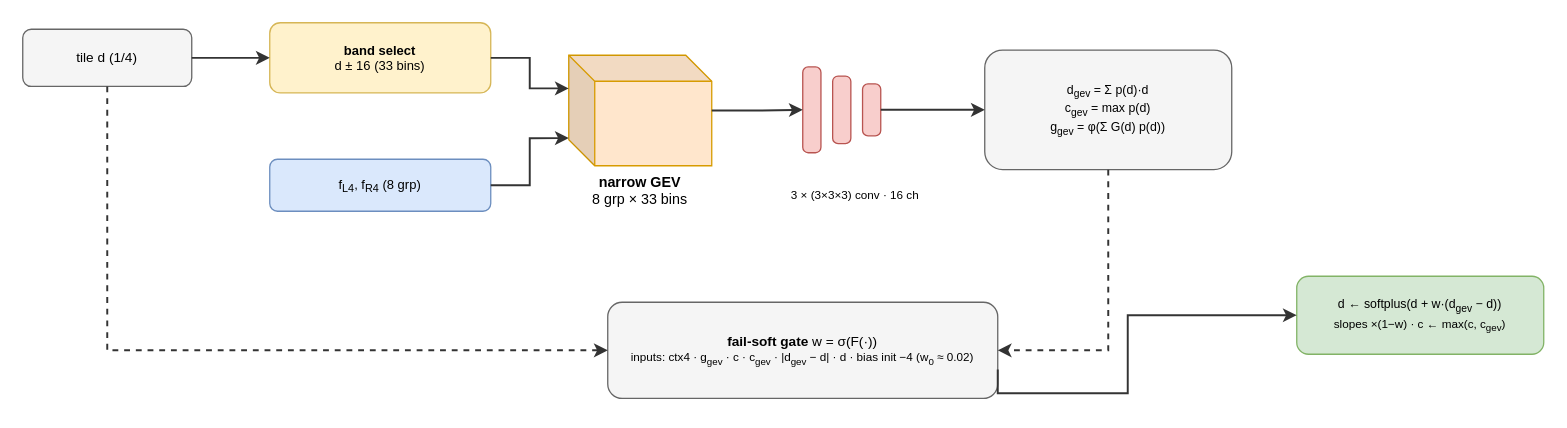
The draw.io diagram thesis/book/figures/fig_3_6_gev_fusion.drawio in abrar-nazib/StereoLite, before the edit. Source tidied: cells renumbered, new cells numbered last; positions are measured from the earlier drawing's top-left corner, leaving out a move shared by most shapes. Both pictures are drawn from the tidied source at 130%, with x=0, y=0 at pixel (22, 22).
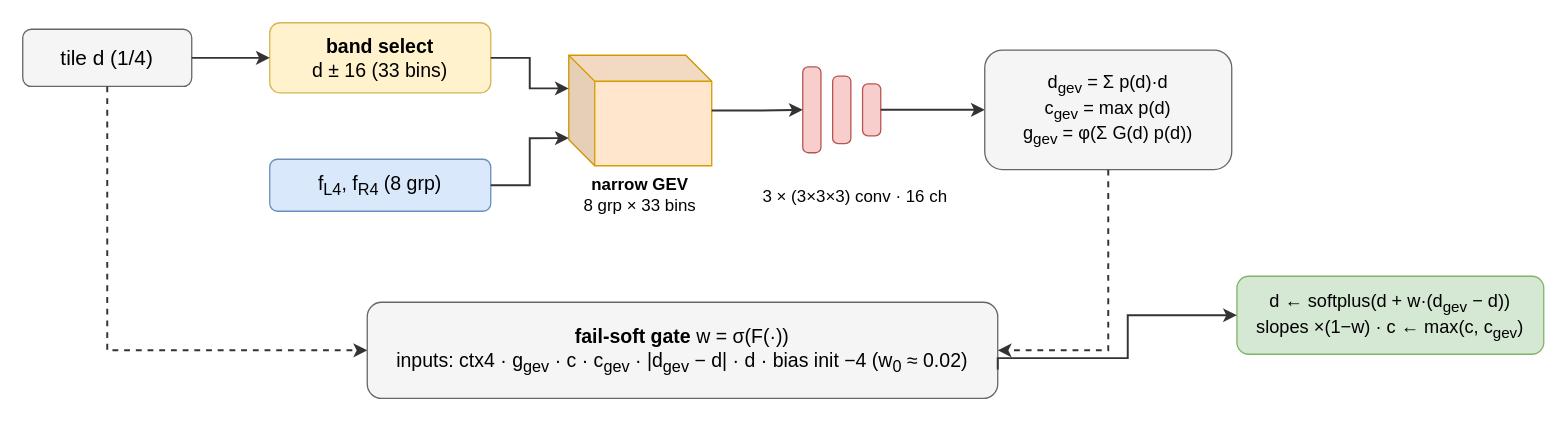
The same diagram, later.

Diff of the diagram source:
```diff
@@
-    <mxCell id="2" value="tile d (1/4)" style="rounded=1;whiteSpace=wrap;html=1;fillColor=#f5f5f5;strokeColor=#666666;fontSize=10.5;align=center;" parent="1" vertex="1">
+    <mxCell id="2" value="tile d (1/4)" style="rounded=1;whiteSpace=wrap;html=1;fillColor=#f5f5f5;strokeColor=#666666;fontSize=16;align=center;" parent="1" vertex="1">
       <mxGeometry y="5" width="130" height="44" as="geometry" />
     </mxCell>
-    <mxCell id="3" value="&lt;b&gt;band select&lt;/b&gt;&lt;br&gt;d ± 16 (33 bins)" style="rounded=1;whiteSpace=wrap;html=1;fillColor=#fff2cc;strokeColor=#d6b656;fontSize=10;align=center;" parent="1" vertex="1">
+    <mxCell id="3" value="&lt;b&gt;band select&lt;/b&gt;&lt;br&gt;d ± 16 (33 bins)" style="rounded=1;whiteSpace=wrap;html=1;fillColor=#fff2cc;strokeColor=#d6b656;fontSize=15;align=center;" parent="1" vertex="1">
       <mxGeometry x="190" width="170" height="54" as="geometry" />
     </mxCell>
@@
-    <mxCell id="5" value="f&lt;sub&gt;L4&lt;/sub&gt;, f&lt;sub&gt;R4&lt;/sub&gt; (8 grp)" style="rounded=1;whiteSpace=wrap;html=1;fillColor=#dae8fc;strokeColor=#6c8ebf;fontSize=10;align=center;" parent="1" vertex="1">
+    <mxCell id="5" value="f&lt;sub&gt;L4&lt;/sub&gt;, f&lt;sub&gt;R4&lt;/sub&gt; (8 grp)" style="rounded=1;whiteSpace=wrap;html=1;fillColor=#dae8fc;strokeColor=#6c8ebf;fontSize=15;align=center;" parent="1" vertex="1">
       <mxGeometry x="190" y="105" width="170" height="40" as="geometry" />
     </mxCell>
-    <mxCell id="6" value="&lt;b&gt;narrow GEV&lt;/b&gt;&lt;br&gt;8 grp × 33 bins" style="shape=cube;whiteSpace=wrap;html=1;boundedLbl=1;backgroundOutline=1;darkOpacity=0.05;darkOpacity2=0.1;fillColor=#ffe6cc;strokeColor=#d79b00;verticalLabelPosition=bottom;verticalAlign=top;fontSize=11;" parent="1" vertex="1">
+    <mxCell id="6" value="&lt;b&gt;narrow GEV&lt;/b&gt;&lt;br&gt;8 grp × 33 bins" style="shape=cube;whiteSpace=wrap;html=1;boundedLbl=1;backgroundOutline=1;darkOpacity=0.05;darkOpacity2=0.1;fillColor=#ffe6cc;strokeColor=#d79b00;verticalLabelPosition=bottom;verticalAlign=top;fontSize=13;" parent="1" vertex="1">
       <mxGeometry x="420" y="25" width="110" height="85" as="geometry" />
     </mxCell>
@@
-    <mxCell id="12" value="3 × (3×3×3) conv · 16 ch" style="text;html=1;align=center;verticalAlign=middle;fontSize=9;fontColor=#000000;" parent="1" vertex="1">
+    <mxCell id="12" value="3 × (3×3×3) conv · 16 ch" style="text;html=1;align=center;verticalAlign=middle;fontSize=13;fontColor=#000000;" parent="1" vertex="1">
       <mxGeometry x="560" y="117" width="160" height="32" as="geometry" />
     </mxCell>
@@
-    <mxCell id="14" value="d&lt;sub&gt;gev&lt;/sub&gt; = Σ p(d)·d&lt;br&gt;c&lt;sub&gt;gev&lt;/sub&gt; = max p(d)&lt;br&gt;g&lt;sub&gt;gev&lt;/sub&gt; = φ(Σ G(d) p(d))" style="rounded=1;whiteSpace=wrap;html=1;fillColor=#f5f5f5;strokeColor=#666666;fontSize=9.5;align=center;" parent="1" vertex="1">
+    <mxCell id="14" value="d&lt;sub&gt;gev&lt;/sub&gt; = Σ p(d)·d&lt;br&gt;c&lt;sub&gt;gev&lt;/sub&gt; = max p(d)&lt;br&gt;g&lt;sub&gt;gev&lt;/sub&gt; = φ(Σ G(d) p(d))" style="rounded=1;whiteSpace=wrap;html=1;fillColor=#f5f5f5;strokeColor=#666666;fontSize=14;align=center;" parent="1" vertex="1">
       <mxGeometry x="740" y="21" width="190" height="92" as="geometry" />
     </mxCell>
@@
-    <mxCell id="16" value="&lt;b&gt;fail-soft gate&lt;/b&gt;  w = σ(F(·))&lt;br&gt;&lt;font style='font-size:9px'&gt;inputs: ctx4 · g&lt;sub&gt;gev&lt;/sub&gt; · c · c&lt;sub&gt;gev&lt;/sub&gt; · |d&lt;sub&gt;gev&lt;/sub&gt; − d| · d · bias init −4 (w&lt;sub&gt;0&lt;/sub&gt; ≈ 0.02)&lt;/font&gt;" style="rounded=1;whiteSpace=wrap;html=1;fillColor=#f5f5f5;strokeColor=#666666;fontSize=10.5;align=center;" parent="1" vertex="1">
-      <mxGeometry x="450" y="215" width="300" height="74" as="geometry" />
+    <mxCell id="16" value="&lt;b&gt;fail-soft gate&lt;/b&gt;  w = σ(F(·))&lt;br&gt;&lt;font&gt;inputs: ctx4 · g&lt;sub&gt;gev&lt;/sub&gt; · c · c&lt;sub&gt;gev&lt;/sub&gt; · |d&lt;sub&gt;gev&lt;/sub&gt; − d| · d · bias init −4 (w&lt;sub&gt;0&lt;/sub&gt; ≈ 0.02)&lt;/font&gt;" style="rounded=1;whiteSpace=wrap;html=1;fillColor=#f5f5f5;strokeColor=#666666;fontSize=15;align=center;" parent="1" vertex="1">
+      <mxGeometry x="265" y="215" width="485" height="74" as="geometry" />
     </mxCell>
@@
-    <mxCell id="19" value="d ← softplus(d + w·(d&lt;sub&gt;gev&lt;/sub&gt; − d))&lt;br&gt;&lt;font style='font-size:9px'&gt;slopes ×(1−w) · c ← max(c, c&lt;sub&gt;gev&lt;/sub&gt;)&lt;/font&gt;" style="rounded=1;whiteSpace=wrap;html=1;fillColor=#d5e8d4;strokeColor=#82b366;fontSize=9.5;align=center;" parent="1" vertex="1">
-      <mxGeometry x="980" y="195" width="190" height="60" as="geometry" />
+    <mxCell id="19" value="d ← softplus(d + w·(d&lt;sub&gt;gev&lt;/sub&gt; − d))&lt;br&gt;&lt;font&gt;slopes ×(1−w) · c ← max(c, c&lt;sub&gt;gev&lt;/sub&gt;)&lt;/font&gt;" style="rounded=1;whiteSpace=wrap;html=1;fillColor=#d5e8d4;strokeColor=#82b366;fontSize=14;align=center;" parent="1" vertex="1">
+      <mxGeometry x="934" y="195" width="236" height="60" as="geometry" />
     </mxCell>
     <mxCell id="20" style="edgeStyle=orthogonalEdgeStyle;rounded=0;html=1;jettySize=auto;strokeColor=#333333;strokeWidth=1.5;fontSize=10;exitX=1;exitY=0.7;exitDx=0;exitDy=0;entryX=0;entryY=0.5;entryDx=0;entryDy=0;" parent="1" edge="1" source="16" target="19">
       <mxGeometry relative="1" as="geometry">
         <Array as="points">
-          <mxPoint x="850" y="285" />
+          <mxPoint x="750" y="258" />
+          <mxPoint x="850" y="258" />
           <mxPoint x="850" y="225" />
         </Array>
       </mxGeometry>
     </mxCell>
```
